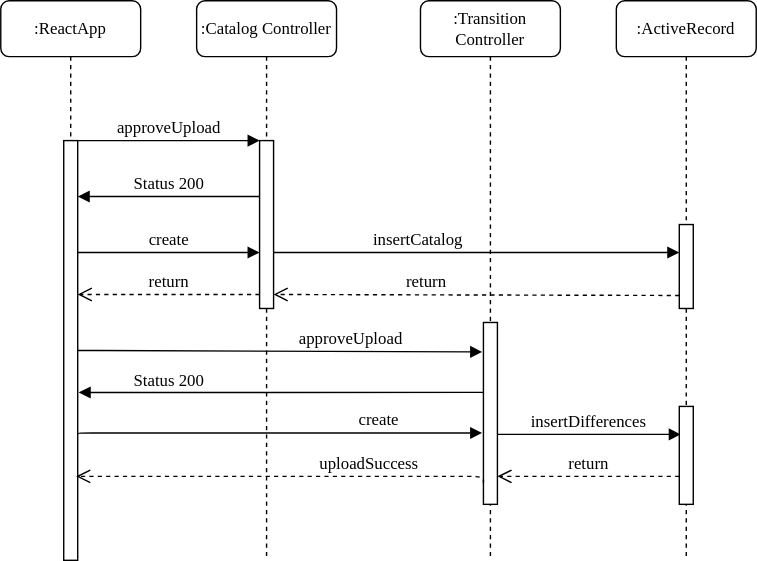
This is Weitere Deliverables/Dokumentation/transition_upload.svg from lgeorgescu/pse5-deliverables, a draw.io export, as it was before one commit. Source tidied: cells renumbered, new cells last; positions are measured from the earlier drawing's top-left corner, leaving out a move shared by most shapes.
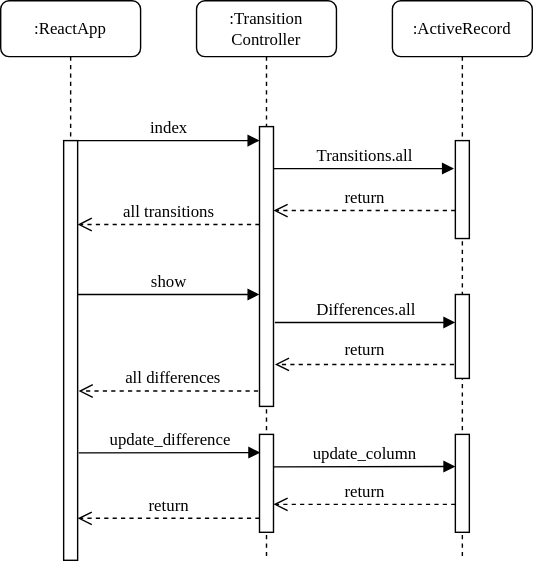
The same diagram one commit later.

Diff of the diagram source:
```diff
@@ -2,125 +2,113 @@
   <root>
     <mxCell id="0" />
     <mxCell id="1" parent="0" />
+    <mxCell id="23" value="all differences" style="html=1;verticalAlign=bottom;endArrow=open;dashed=1;endSize=8;labelBackgroundColor=none;fontFamily=Verdana;fontSize=12;edgeStyle=elbowEdgeStyle;elbow=vertical;entryX=1.071;entryY=0.595;entryDx=0;entryDy=0;entryPerimeter=0;" parent="1" edge="1" target="15">
+      <mxGeometry relative="1" as="geometry">
+        <mxPoint x="190" y="279" as="sourcePoint" />
+      </mxGeometry>
+    </mxCell>
     <mxCell id="2" value=":ActiveRecord" style="shape=umlLifeline;perimeter=lifelinePerimeter;whiteSpace=wrap;html=1;rounded=1;shadow=0;comic=0;labelBackgroundColor=none;strokeWidth=1;fontFamily=Verdana;fontSize=12;align=center;" parent="1" vertex="1">
-      <mxGeometry x="440" width="100" height="400" as="geometry" />
+      <mxGeometry x="280" width="100" height="400" as="geometry" />
     </mxCell>
-    <mxCell id="3" value="insertDifferences" style="html=1;verticalAlign=bottom;endArrow=block;labelBackgroundColor=none;fontFamily=Verdana;fontSize=12;edgeStyle=elbowEdgeStyle;elbow=vertical;entryX=0.106;entryY=0.274;entryDx=0;entryDy=0;entryPerimeter=0;" parent="2" edge="1" target="17">
-      <mxGeometry x="-0.01" relative="1" as="geometry">
-        <mxPoint x="-85" y="310" as="sourcePoint" />
-        <Array as="points">
-          <mxPoint x="-80" y="310" />
-        </Array>
-      </mxGeometry>
-    </mxCell>
-    <mxCell id="4" value="return" style="html=1;verticalAlign=bottom;endArrow=open;dashed=1;endSize=8;labelBackgroundColor=none;fontFamily=Verdana;fontSize=12;edgeStyle=elbowEdgeStyle;elbow=vertical;" parent="2" edge="1">
-      <mxGeometry relative="1" as="geometry">
-        <mxPoint x="45" y="340" as="sourcePoint" />
-        <mxPoint x="-85" y="340" as="targetPoint" />
-        <Array as="points">
-          <mxPoint x="-10" y="340" />
-          <mxPoint x="20" y="340" />
-        </Array>
-      </mxGeometry>
-    </mxCell>
+    <mxCell id="24" style="html=1;perimeter=orthogonalPerimeter;rounded=0;shadow=0;comic=0;labelBackgroundColor=none;strokeWidth=1;fontFamily=Verdana;fontSize=12;align=center;" parent="2" vertex="1">
+      <mxGeometry x="45" y="100" width="10" height="70" as="geometry" />
+    </mxCell>
+    <mxCell id="9" value="Transitions.all" style="html=1;verticalAlign=bottom;endArrow=block;labelBackgroundColor=none;fontFamily=Verdana;fontSize=12;edgeStyle=elbowEdgeStyle;elbow=vertical;" parent="2" edge="1">
+      <mxGeometry x="0.01" relative="1" as="geometry">
+        <mxPoint x="-85" y="120" as="sourcePoint" />
+        <mxPoint x="44" y="120" as="targetPoint" />
+      </mxGeometry>
+    </mxCell>
+    <mxCell id="17" style="html=1;points=[];perimeter=orthogonalPerimeter;rounded=0;shadow=0;comic=0;labelBackgroundColor=none;strokeWidth=1;fontFamily=Verdana;fontSize=12;align=center;" parent="2" vertex="1">
+      <mxGeometry x="45" y="310" width="10" height="70" as="geometry" />
+    </mxCell>
+    <mxCell id="25" value="update_column" style="html=1;verticalAlign=bottom;endArrow=block;labelBackgroundColor=none;fontFamily=Verdana;fontSize=12;edgeStyle=elbowEdgeStyle;elbow=vertical;exitX=1.078;exitY=0.744;exitDx=0;exitDy=0;exitPerimeter=0;entryX=0.057;entryY=0.767;entryDx=0;entryDy=0;entryPerimeter=0;" parent="2" edge="1">
+      <mxGeometry relative="1" as="geometry">
+        <mxPoint x="-84.8" y="333.2" as="sourcePoint" />
+        <mxPoint x="45" y="332.4" as="targetPoint" />
+      </mxGeometry>
+    </mxCell>
     <mxCell id="5" style="html=1;points=[];perimeter=orthogonalPerimeter;rounded=0;shadow=0;comic=0;labelBackgroundColor=none;strokeWidth=1;fontFamily=Verdana;fontSize=12;align=center;" parent="1" vertex="1">
-      <mxGeometry x="485" y="160" width="10" height="60" as="geometry" />
+      <mxGeometry x="325" y="210" width="10" height="60" as="geometry" />
     </mxCell>
-    <mxCell id="6" value=":Catalog Controller" style="shape=umlLifeline;perimeter=lifelinePerimeter;whiteSpace=wrap;html=1;rounded=1;shadow=0;comic=0;labelBackgroundColor=none;strokeWidth=1;fontFamily=Verdana;fontSize=12;align=center;" parent="1" vertex="1">
+    <mxCell id="6" value=":Transition Controller" style="shape=umlLifeline;perimeter=lifelinePerimeter;whiteSpace=wrap;html=1;rounded=1;shadow=0;comic=0;labelBackgroundColor=none;strokeWidth=1;fontFamily=Verdana;fontSize=12;align=center;" parent="1" vertex="1">
       <mxGeometry x="140" width="100" height="400" as="geometry" />
     </mxCell>
-    <mxCell id="7" style="html=1;points=[];perimeter=orthogonalPerimeter;rounded=0;shadow=0;comic=0;labelBackgroundColor=none;strokeWidth=1;fontFamily=Verdana;fontSize=12;align=center;" parent="6" vertex="1">
-      <mxGeometry x="45" y="100" width="10" height="120" as="geometry" />
-    </mxCell>
-    <mxCell id="8" value="create" style="html=1;verticalAlign=bottom;endArrow=block;entryX=0;entryY=0;labelBackgroundColor=none;fontFamily=Verdana;fontSize=12;edgeStyle=elbowEdgeStyle;elbow=vertical;" parent="6" edge="1">
+    <mxCell id="8" value="show" style="html=1;verticalAlign=bottom;endArrow=block;entryX=0;entryY=0;labelBackgroundColor=none;fontFamily=Verdana;fontSize=12;edgeStyle=elbowEdgeStyle;elbow=vertical;" parent="6" edge="1">
       <mxGeometry relative="1" as="geometry">
-        <mxPoint x="-85" y="180" as="sourcePoint" />
-        <mxPoint x="45" y="180" as="targetPoint" />
+        <mxPoint x="-85" y="210" as="sourcePoint" />
+        <mxPoint x="45" y="210" as="targetPoint" />
       </mxGeometry>
     </mxCell>
-    <mxCell id="9" value="insertCatalog" style="html=1;verticalAlign=bottom;endArrow=block;labelBackgroundColor=none;fontFamily=Verdana;fontSize=12;edgeStyle=elbowEdgeStyle;elbow=vertical;" parent="6" edge="1">
-      <mxGeometry x="-0.29" relative="1" as="geometry">
-        <mxPoint x="55" y="180" as="sourcePoint" />
-        <mxPoint x="345" y="180" as="targetPoint" />
-        <Array as="points">
-          <mxPoint x="60" y="180" />
-        </Array>
-      </mxGeometry>
-    </mxCell>
-    <mxCell id="10" value="create" style="html=1;verticalAlign=bottom;endArrow=block;labelBackgroundColor=none;fontFamily=Verdana;fontSize=12;edgeStyle=elbowEdgeStyle;elbow=vertical;entryX=-0.089;entryY=0.607;entryDx=0;entryDy=0;entryPerimeter=0;" parent="6" edge="1" target="12">
-      <mxGeometry x="0.49" relative="1" as="geometry">
-        <mxPoint x="-85" y="310" as="sourcePoint" />
-      </mxGeometry>
-    </mxCell>
-    <mxCell id="11" value=":Transition Controller" style="shape=umlLifeline;perimeter=lifelinePerimeter;whiteSpace=wrap;html=1;rounded=1;shadow=0;comic=0;labelBackgroundColor=none;strokeWidth=1;fontFamily=Verdana;fontSize=12;align=center;" parent="1" vertex="1">
-      <mxGeometry x="300" width="100" height="400" as="geometry" />
-    </mxCell>
-    <mxCell id="12" style="html=1;points=[];perimeter=orthogonalPerimeter;rounded=0;shadow=0;comic=0;labelBackgroundColor=none;strokeWidth=1;fontFamily=Verdana;fontSize=12;align=center;" parent="11" vertex="1">
-      <mxGeometry x="45" y="230" width="10" height="130" as="geometry" />
-    </mxCell>
-    <mxCell id="13" value="Status 200" style="html=1;verticalAlign=bottom;endArrow=block;labelBackgroundColor=none;fontFamily=Verdana;fontSize=12;edgeStyle=elbowEdgeStyle;elbow=vertical;exitX=-0.033;exitY=0.333;exitDx=0;exitDy=0;exitPerimeter=0;entryX=0.557;entryY=0.702;entryDx=0;entryDy=0;entryPerimeter=0;" parent="11" edge="1" target="14">
-      <mxGeometry x="0.55" y="1" relative="1" as="geometry">
-        <mxPoint x="45" y="280" as="sourcePoint" />
-        <Array as="points">
-          <mxPoint x="-69.7" y="280" />
-          <mxPoint x="-69.7" y="280" />
-        </Array>
-      </mxGeometry>
-    </mxCell>
+    <mxCell id="16" value="return" style="html=1;verticalAlign=bottom;endArrow=open;dashed=1;endSize=8;labelBackgroundColor=none;fontFamily=Verdana;fontSize=12;edgeStyle=elbowEdgeStyle;elbow=vertical;" parent="6" edge="1">
+      <mxGeometry relative="1" as="geometry">
+        <mxPoint x="45" y="370" as="sourcePoint" />
+        <mxPoint x="-85" y="370" as="targetPoint" />
+        <Array as="points">
+          <mxPoint x="-10" y="370" />
+          <mxPoint x="20" y="370" />
+        </Array>
+      </mxGeometry>
+    </mxCell>
+    <mxCell id="26" style="html=1;perimeter=orthogonalPerimeter;rounded=0;shadow=0;comic=0;labelBackgroundColor=none;strokeWidth=1;fontFamily=Verdana;fontSize=12;align=center;" parent="6" vertex="1">
+      <mxGeometry x="45" y="90" width="10" height="200" as="geometry" />
+    </mxCell>
+    <mxCell id="27" style="html=1;perimeter=orthogonalPerimeter;rounded=0;shadow=0;comic=0;labelBackgroundColor=none;strokeWidth=1;fontFamily=Verdana;fontSize=12;align=center;" parent="6" vertex="1">
+      <mxGeometry x="45" y="310" width="10" height="70" as="geometry" />
+    </mxCell>
     <mxCell id="14" value=":ReactApp" style="shape=umlLifeline;perimeter=lifelinePerimeter;whiteSpace=wrap;html=1;outlineConnect=0;rounded=1;shadow=0;comic=0;labelBackgroundColor=none;strokeWidth=1;fontFamily=Verdana;fontSize=12;align=center;" parent="1" vertex="1">
       <mxGeometry width="100" height="400" as="geometry" />
     </mxCell>
     <mxCell id="15" style="html=1;points=[];perimeter=orthogonalPerimeter;rounded=0;shadow=0;comic=0;labelBackgroundColor=none;strokeWidth=1;fontFamily=Verdana;fontSize=12;align=center;" parent="14" vertex="1">
       <mxGeometry x="45" y="100" width="10" height="300" as="geometry" />
     </mxCell>
-    <mxCell id="16" value="return" style="html=1;verticalAlign=bottom;endArrow=open;dashed=1;endSize=8;labelBackgroundColor=none;fontFamily=Verdana;fontSize=12;edgeStyle=elbowEdgeStyle;elbow=vertical;" parent="14" edge="1">
-      <mxGeometry relative="1" as="geometry">
-        <mxPoint x="185" y="210" as="sourcePoint" />
-        <mxPoint x="55" y="210" as="targetPoint" />
-        <Array as="points">
-          <mxPoint x="130" y="210" />
-          <mxPoint x="160" y="210" />
-        </Array>
-      </mxGeometry>
-    </mxCell>
-    <mxCell id="17" style="html=1;points=[];perimeter=orthogonalPerimeter;rounded=0;shadow=0;comic=0;labelBackgroundColor=none;strokeWidth=1;fontFamily=Verdana;fontSize=12;align=center;" parent="1" vertex="1">
-      <mxGeometry x="485" y="290" width="10" height="70" as="geometry" />
-    </mxCell>
-    <mxCell id="18" value="approveUpload" style="html=1;verticalAlign=bottom;endArrow=block;labelBackgroundColor=none;fontFamily=Verdana;fontSize=12;entryX=-0.089;entryY=0.162;entryDx=0;entryDy=0;entryPerimeter=0;" parent="1" edge="1" source="15" target="12">
-      <mxGeometry x="0.35" relative="1" as="geometry">
-        <Array as="points">
-          <mxPoint x="60" y="250" />
-        </Array>
-      </mxGeometry>
-    </mxCell>
+    <mxCell id="28" value="all transitions" style="html=1;verticalAlign=bottom;endArrow=open;dashed=1;endSize=8;labelBackgroundColor=none;fontFamily=Verdana;fontSize=12;edgeStyle=elbowEdgeStyle;elbow=vertical;" parent="14" edge="1">
+      <mxGeometry relative="1" as="geometry">
+        <mxPoint x="185" y="160" as="sourcePoint" />
+        <mxPoint x="55" y="160" as="targetPoint" />
+        <Array as="points">
+          <mxPoint x="130" y="160" />
+          <mxPoint x="160" y="160" />
+        </Array>
+      </mxGeometry>
+    </mxCell>
-    <mxCell id="19" value="approveUpload" style="html=1;verticalAlign=bottom;endArrow=block;entryX=0;entryY=0;labelBackgroundColor=none;fontFamily=Verdana;fontSize=12;edgeStyle=elbowEdgeStyle;elbow=vertical;" parent="1" edge="1" source="15" target="7">
-      <mxGeometry relative="1" as="geometry" />
+    <mxCell id="19" value="index" style="html=1;verticalAlign=bottom;endArrow=block;entryX=0;entryY=0;labelBackgroundColor=none;fontFamily=Verdana;fontSize=12;edgeStyle=elbowEdgeStyle;elbow=vertical;" parent="1" edge="1" source="15">
+      <mxGeometry relative="1" as="geometry">
+        <mxPoint x="185" y="100" as="targetPoint" />
+      </mxGeometry>
     </mxCell>
-    <mxCell id="20" value="Status 200" style="html=1;verticalAlign=bottom;endArrow=block;labelBackgroundColor=none;fontFamily=Verdana;fontSize=12;edgeStyle=elbowEdgeStyle;elbow=vertical;exitX=-0.033;exitY=0.333;exitDx=0;exitDy=0;exitPerimeter=0;" parent="1" edge="1" source="7">
-      <mxGeometry relative="1" as="geometry">
-        <mxPoint x="55" y="140" as="targetPoint" />
-        <Array as="points">
-          <mxPoint x="70" y="140" />
-          <mxPoint x="70" y="140" />
-        </Array>
-      </mxGeometry>
-    </mxCell>
+    <mxCell id="29" value="return" style="html=1;verticalAlign=bottom;endArrow=open;dashed=1;endSize=8;labelBackgroundColor=none;fontFamily=Verdana;fontSize=12;edgeStyle=elbowEdgeStyle;elbow=vertical;" parent="1" edge="1">
+      <mxGeometry relative="1" as="geometry">
+        <mxPoint x="325" y="150" as="sourcePoint" />
+        <mxPoint x="195" y="150" as="targetPoint" />
+      </mxGeometry>
+    </mxCell>
+    <mxCell id="30" value="Differences.all" style="html=1;verticalAlign=bottom;endArrow=block;labelBackgroundColor=none;fontFamily=Verdana;fontSize=12;edgeStyle=elbowEdgeStyle;elbow=vertical;" parent="1" edge="1">
+      <mxGeometry x="0.01" relative="1" as="geometry">
+        <mxPoint x="196" y="230" as="sourcePoint" />
+        <mxPoint x="325" y="230" as="targetPoint" />
+      </mxGeometry>
+    </mxCell>
-    <mxCell id="21" value="return" style="html=1;verticalAlign=bottom;endArrow=open;dashed=1;endSize=8;labelBackgroundColor=none;fontFamily=Verdana;fontSize=12;edgeStyle=elbowEdgeStyle;elbow=vertical;exitX=0;exitY=0.845;exitDx=0;exitDy=0;exitPerimeter=0;" parent="1" edge="1" source="5">
-      <mxGeometry x="0.25" relative="1" as="geometry">
-        <mxPoint x="195" y="210" as="targetPoint" />
-        <Array as="points">
-          <mxPoint x="440" y="210" />
-        </Array>
+    <mxCell id="21" value="return" style="html=1;verticalAlign=bottom;endArrow=open;dashed=1;endSize=8;labelBackgroundColor=none;fontFamily=Verdana;fontSize=12;edgeStyle=elbowEdgeStyle;elbow=vertical;" parent="1" edge="1">
+      <mxGeometry y="-1" relative="1" as="geometry">
+        <mxPoint x="324" y="260" as="sourcePoint" />
+        <mxPoint x="196" y="260" as="targetPoint" />
       </mxGeometry>
     </mxCell>
-    <mxCell id="22" value="uploadSuccess" style="html=1;verticalAlign=bottom;endArrow=open;dashed=1;endSize=8;labelBackgroundColor=none;fontFamily=Verdana;fontSize=12;edgeStyle=elbowEdgeStyle;elbow=vertical;entryX=0.887;entryY=0.8;entryDx=0;entryDy=0;entryPerimeter=0;" parent="1" edge="1" target="15">
-      <mxGeometry x="-0.41" relative="1" as="geometry">
-        <mxPoint x="345" y="345" as="sourcePoint" />
-        <Array as="points">
-          <mxPoint x="80" y="340" />
-          <mxPoint x="165" y="345" />
-        </Array>
-      </mxGeometry>
-    </mxCell>
+    <mxCell id="31" value="update_difference" style="html=1;verticalAlign=bottom;endArrow=block;labelBackgroundColor=none;fontFamily=Verdana;fontSize=12;edgeStyle=elbowEdgeStyle;elbow=vertical;exitX=1.078;exitY=0.744;exitDx=0;exitDy=0;exitPerimeter=0;entryX=0.057;entryY=0.767;entryDx=0;entryDy=0;entryPerimeter=0;" parent="1" edge="1" source="15">
+      <mxGeometry relative="1" as="geometry">
+        <mxPoint x="185.6" y="322.4" as="targetPoint" />
+      </mxGeometry>
+    </mxCell>
+    <mxCell id="32" value="return" style="html=1;verticalAlign=bottom;endArrow=open;dashed=1;endSize=8;labelBackgroundColor=none;fontFamily=Verdana;fontSize=12;edgeStyle=elbowEdgeStyle;elbow=vertical;" parent="1" edge="1">
+      <mxGeometry relative="1" as="geometry">
+        <mxPoint x="325" y="360" as="sourcePoint" />
+        <mxPoint x="195" y="360" as="targetPoint" />
+        <Array as="points">
+          <mxPoint x="270" y="360" />
+          <mxPoint x="300" y="360" />
+        </Array>
+      </mxGeometry>
+    </mxCell>
   </root>
 </mxGraphModel>
```
